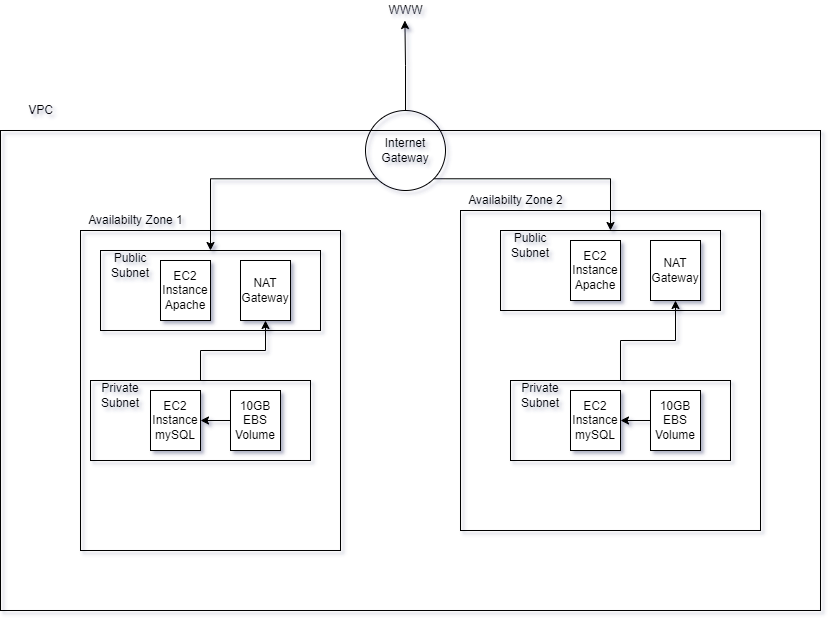
Above: Diagram.drawio.png in shejan0/VPC-AWS-Assignment2-cs4843 (draw.io), before the change. Source tidied: cells renumbered, new cells last; positions are measured from the earlier drawing's top-left corner, leaving out a move shared by most shapes.
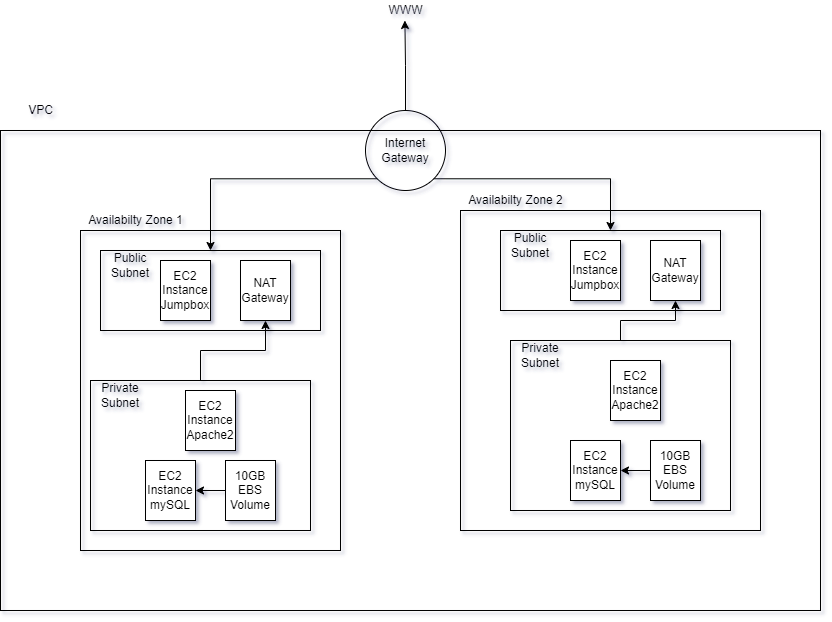
The same file after the commit.

Change to the diagram source:
```diff
@@ -47,13 +47,13 @@
     <mxCell id="16" value="Public Subnet" style="text;html=1;strokeColor=none;fillColor=none;align=center;verticalAlign=middle;whiteSpace=wrap;rounded=0;" parent="1" vertex="1">
       <mxGeometry x="500" y="230" width="60" height="30" as="geometry" />
     </mxCell>
-    <mxCell id="17" value="EC2 Instance&lt;br&gt;Apache" style="rounded=0;whiteSpace=wrap;html=1;fillColor=default;" parent="1" vertex="1">
+    <mxCell id="17" value="EC2 Instance Jumpbox" style="rounded=0;whiteSpace=wrap;html=1;fillColor=default;" parent="1" vertex="1">
       <mxGeometry x="160" y="260" width="50" height="60" as="geometry" />
     </mxCell>
     <mxCell id="18" value="NAT Gateway" style="rounded=0;whiteSpace=wrap;html=1;fillColor=default;" parent="1" vertex="1">
       <mxGeometry x="240" y="260" width="50" height="60" as="geometry" />
     </mxCell>
-    <mxCell id="19" value="EC2 Instance&lt;br&gt;Apache" style="rounded=0;whiteSpace=wrap;html=1;fillColor=default;" parent="1" vertex="1">
+    <mxCell id="19" value="EC2 Instance&lt;br&gt;Jumpbox" style="rounded=0;whiteSpace=wrap;html=1;fillColor=default;" parent="1" vertex="1">
       <mxGeometry x="570" y="240" width="50" height="60" as="geometry" />
     </mxCell>
     <mxCell id="20" value="NAT Gateway" style="rounded=0;whiteSpace=wrap;html=1;fillColor=default;" parent="1" vertex="1">
@@ -63,7 +63,7 @@
       <mxGeometry relative="1" as="geometry" />
     </mxCell>
     <mxCell id="22" style="rounded=0;whiteSpace=wrap;html=1;fillColor=none;" parent="1" vertex="1">
-      <mxGeometry x="90" y="380" width="220" height="80" as="geometry" />
+      <mxGeometry x="90" y="380" width="220" height="150" as="geometry" />
     </mxCell>
     <mxCell id="23" value="Private Subnet" style="text;html=1;strokeColor=none;fillColor=none;align=center;verticalAlign=middle;whiteSpace=wrap;rounded=0;" parent="1" vertex="1">
       <mxGeometry x="90" y="380" width="60" height="30" as="geometry" />
@@ -72,28 +72,34 @@
       <mxGeometry relative="1" as="geometry" />
     </mxCell>
     <mxCell id="25" style="rounded=0;whiteSpace=wrap;html=1;fillColor=none;" parent="1" vertex="1">
-      <mxGeometry x="510" y="380" width="220" height="80" as="geometry" />
+      <mxGeometry x="510" y="340" width="220" height="170" as="geometry" />
     </mxCell>
     <mxCell id="26" value="Private Subnet" style="text;html=1;strokeColor=none;fillColor=none;align=center;verticalAlign=middle;whiteSpace=wrap;rounded=0;" parent="1" vertex="1">
-      <mxGeometry x="510" y="380" width="60" height="30" as="geometry" />
+      <mxGeometry x="510" y="340" width="60" height="30" as="geometry" />
     </mxCell>
     <mxCell id="27" value="EC2 Instance&lt;br&gt;mySQL" style="rounded=0;whiteSpace=wrap;html=1;fillColor=default;" parent="1" vertex="1">
-      <mxGeometry x="150" y="390" width="50" height="60" as="geometry" />
+      <mxGeometry x="145" y="460" width="50" height="60" as="geometry" />
     </mxCell>
     <mxCell id="28" style="edgeStyle=orthogonalEdgeStyle;rounded=0;jettySize=auto;html=1;entryX=1;entryY=0.5;entryDx=0;entryDy=0;" parent="1" edge="1" source="29" target="27">
       <mxGeometry relative="1" as="geometry" />
     </mxCell>
     <mxCell id="29" value="10GB EBS Volume" style="rounded=0;whiteSpace=wrap;html=1;fillColor=default;" parent="1" vertex="1">
-      <mxGeometry x="230" y="390" width="50" height="60" as="geometry" />
+      <mxGeometry x="225" y="460" width="50" height="60" as="geometry" />
     </mxCell>
     <mxCell id="30" value="EC2 Instance&lt;br&gt;mySQL" style="rounded=0;whiteSpace=wrap;html=1;fillColor=default;" parent="1" vertex="1">
-      <mxGeometry x="570" y="390" width="50" height="60" as="geometry" />
+      <mxGeometry x="570" y="440" width="50" height="60" as="geometry" />
     </mxCell>
     <mxCell id="31" style="edgeStyle=orthogonalEdgeStyle;rounded=0;jettySize=auto;html=1;entryX=1;entryY=0.5;entryDx=0;entryDy=0;" parent="1" edge="1" source="32" target="30">
       <mxGeometry relative="1" as="geometry" />
     </mxCell>
     <mxCell id="32" value="10GB EBS Volume" style="rounded=0;whiteSpace=wrap;html=1;fillColor=default;" parent="1" vertex="1">
-      <mxGeometry x="650" y="390" width="50" height="60" as="geometry" />
+      <mxGeometry x="650" y="440" width="50" height="60" as="geometry" />
     </mxCell>
+    <mxCell id="33" value="EC2 Instance&lt;br&gt;Apache2" style="rounded=0;whiteSpace=wrap;html=1;fillColor=default;" parent="1" vertex="1">
+      <mxGeometry x="610" y="360" width="50" height="60" as="geometry" />
+    </mxCell>
+    <mxCell id="34" value="EC2 Instance&lt;br&gt;Apache2" style="rounded=0;whiteSpace=wrap;html=1;fillColor=default;" parent="1" vertex="1">
+      <mxGeometry x="185" y="390" width="50" height="60" as="geometry" />
+    </mxCell>
   </root>
 </mxGraphModel>
```
